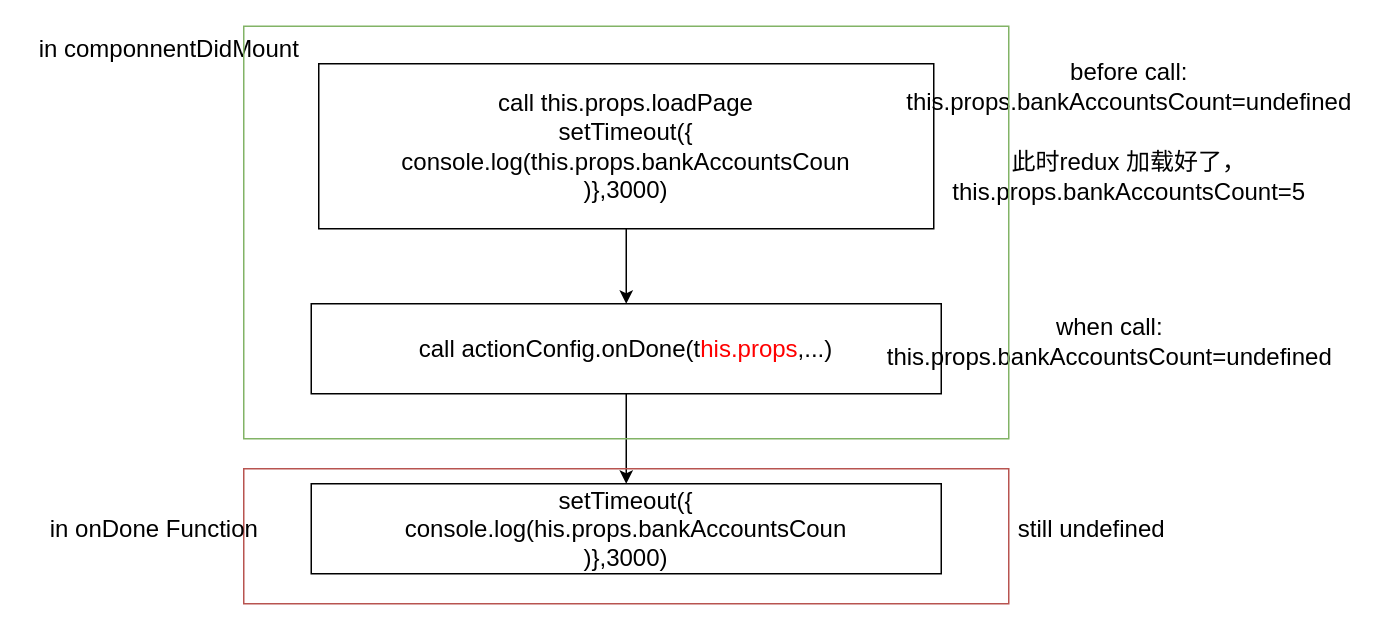
The draw.io diagram addBARenderFlow.drawio in cguank/-, before the edit. Source tidied: cells renumbered, new cells numbered last; positions are measured from the earlier drawing's top-left corner, leaving out a move shared by most shapes. Both pictures are drawn from the tidied source at 150%, with x=0, y=0 at pixel (26, 26).
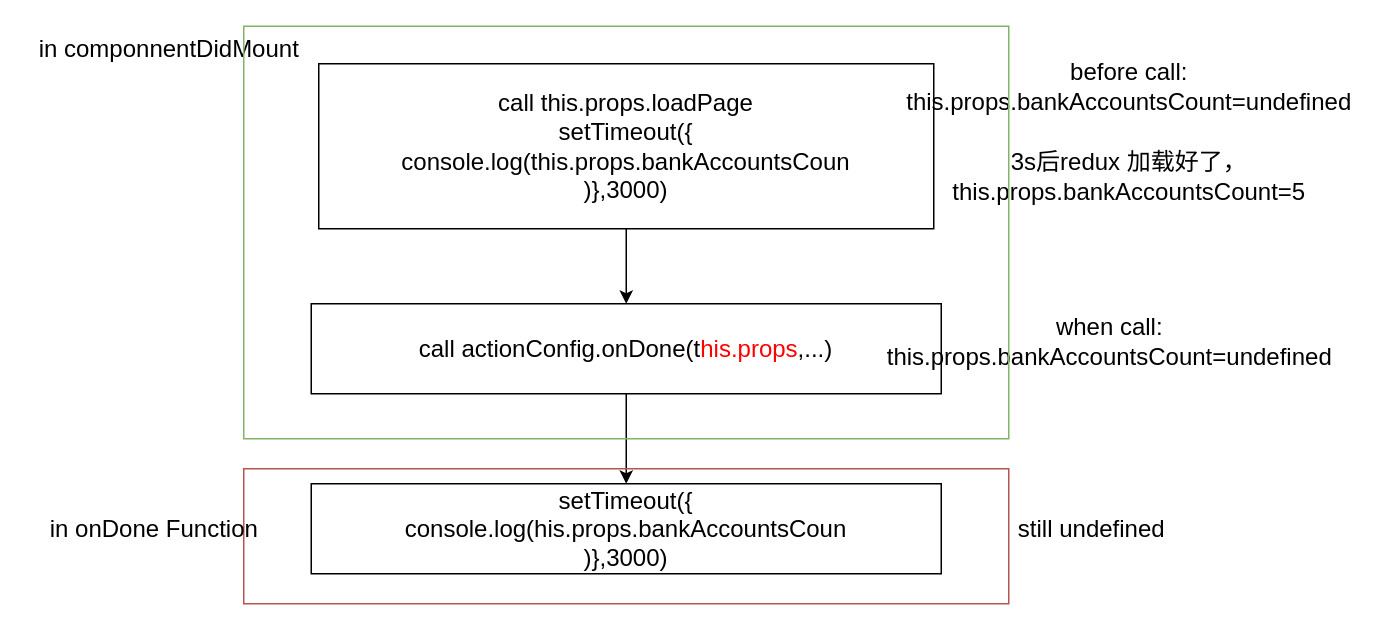
After the change.

What changed in the source:
```diff
@@
 <mxGraphModel>
   <root>
     <mxCell id="0" />
     <mxCell id="1" parent="0" />
     <mxCell id="2" style="edgeStyle=orthogonalEdgeStyle;rounded=0;jettySize=auto;html=1;fontSize=16;" parent="1" edge="1" source="3" target="5">
       <mxGeometry relative="1" as="geometry" />
     </mxCell>
     <mxCell id="3" value="call this.props.loadPage&lt;br style=&quot;font-size: 16px;&quot;&gt;setTimeout({&lt;br style=&quot;font-size: 16px;&quot;&gt;console.log(this.props.bankAccountsCoun&lt;br style=&quot;font-size: 16px;&quot;&gt;)},3000)" style="rounded=0;whiteSpace=wrap;html=1;fontSize=16;" parent="1" vertex="1">
       <mxGeometry x="195" y="25" width="410" height="110" as="geometry" />
     </mxCell>
     <mxCell id="4" style="edgeStyle=orthogonalEdgeStyle;rounded=0;jettySize=auto;html=1;fontSize=16;" parent="1" edge="1" source="5" target="8">
       <mxGeometry relative="1" as="geometry" />
     </mxCell>
     <mxCell id="5" value="call actionConfig.onDone(t&lt;font color=&quot;#ff0000&quot; style=&quot;font-size: 16px;&quot;&gt;his.props&lt;/font&gt;,...)" style="rounded=0;whiteSpace=wrap;html=1;fontSize=16;" parent="1" vertex="1">
       <mxGeometry x="190" y="185" width="420" height="60" as="geometry" />
     </mxCell>
     <mxCell id="6" value="before call:&lt;br style=&quot;font-size: 16px;&quot;&gt;this.props.bankAccountsCount=undefined" style="text;html=1;align=center;verticalAlign=middle;strokeColor=none;fillColor=none;fontSize=16;" parent="1" vertex="1">
       <mxGeometry x="580" y="20" width="310" height="40" as="geometry" />
     </mxCell>
     <mxCell id="7" value="in componnentDidMount" style="text;html=1;align=center;verticalAlign=middle;strokeColor=none;fillColor=none;fontSize=16;" parent="1" vertex="1">
       <mxGeometry y="5" width="190" height="20" as="geometry" />
     </mxCell>
     <mxCell id="8" value="setTimeout({&lt;br style=&quot;font-size: 16px;&quot;&gt;console.log(his.props.bankAccountsCoun&lt;br style=&quot;font-size: 16px;&quot;&gt;)},3000)" style="rounded=0;whiteSpace=wrap;html=1;fontSize=16;" parent="1" vertex="1">
       <mxGeometry x="190" y="305" width="420" height="60" as="geometry" />
     </mxCell>
     <mxCell id="9" value="when call:&lt;br style=&quot;font-size: 16px;&quot;&gt;this.props.bankAccountsCount=undefined" style="text;html=1;align=center;verticalAlign=middle;strokeColor=none;fillColor=none;fontSize=16;" parent="1" vertex="1">
       <mxGeometry x="567" y="190" width="310" height="40" as="geometry" />
     </mxCell>
     <mxCell id="10" value="still undefined" style="text;html=1;align=center;verticalAlign=middle;strokeColor=none;fillColor=none;fontSize=16;" parent="1" vertex="1">
       <mxGeometry x="655" y="325" width="110" height="20" as="geometry" />
     </mxCell>
-    <mxCell id="11" value="此时redux 加载好了，&lt;br style=&quot;font-size: 16px;&quot;&gt;this.props.bankAccountsCount=5" style="text;html=1;align=center;verticalAlign=middle;strokeColor=none;fillColor=none;fontSize=16;" parent="1" vertex="1">
+    <mxCell id="11" value="3s后redux 加载好了，&lt;br style=&quot;font-size: 16px&quot;&gt;this.props.bankAccountsCount=5" style="text;html=1;align=center;verticalAlign=middle;strokeColor=none;fillColor=none;fontSize=16;" parent="1" vertex="1">
       <mxGeometry x="610" y="80" width="250" height="40" as="geometry" />
     </mxCell>
     <mxCell id="12" style="rounded=0;whiteSpace=wrap;html=1;fontSize=16;fillColor=none;strokeColor=#82b366;" parent="1" vertex="1">
       <mxGeometry x="145" width="510" height="275" as="geometry" />
     </mxCell>
     <mxCell id="13" style="rounded=0;whiteSpace=wrap;html=1;fontSize=16;fillColor=none;strokeColor=#b85450;" parent="1" vertex="1">
       <mxGeometry x="145" y="295" width="510" height="90" as="geometry" />
     </mxCell>
     <mxCell id="14" value="in onDone Function" style="text;html=1;align=center;verticalAlign=middle;strokeColor=none;fillColor=none;fontSize=16;" parent="1" vertex="1">
       <mxGeometry x="10" y="325" width="150" height="20" as="geometry" />
     </mxCell>
   </root>
 </mxGraphModel>
```
